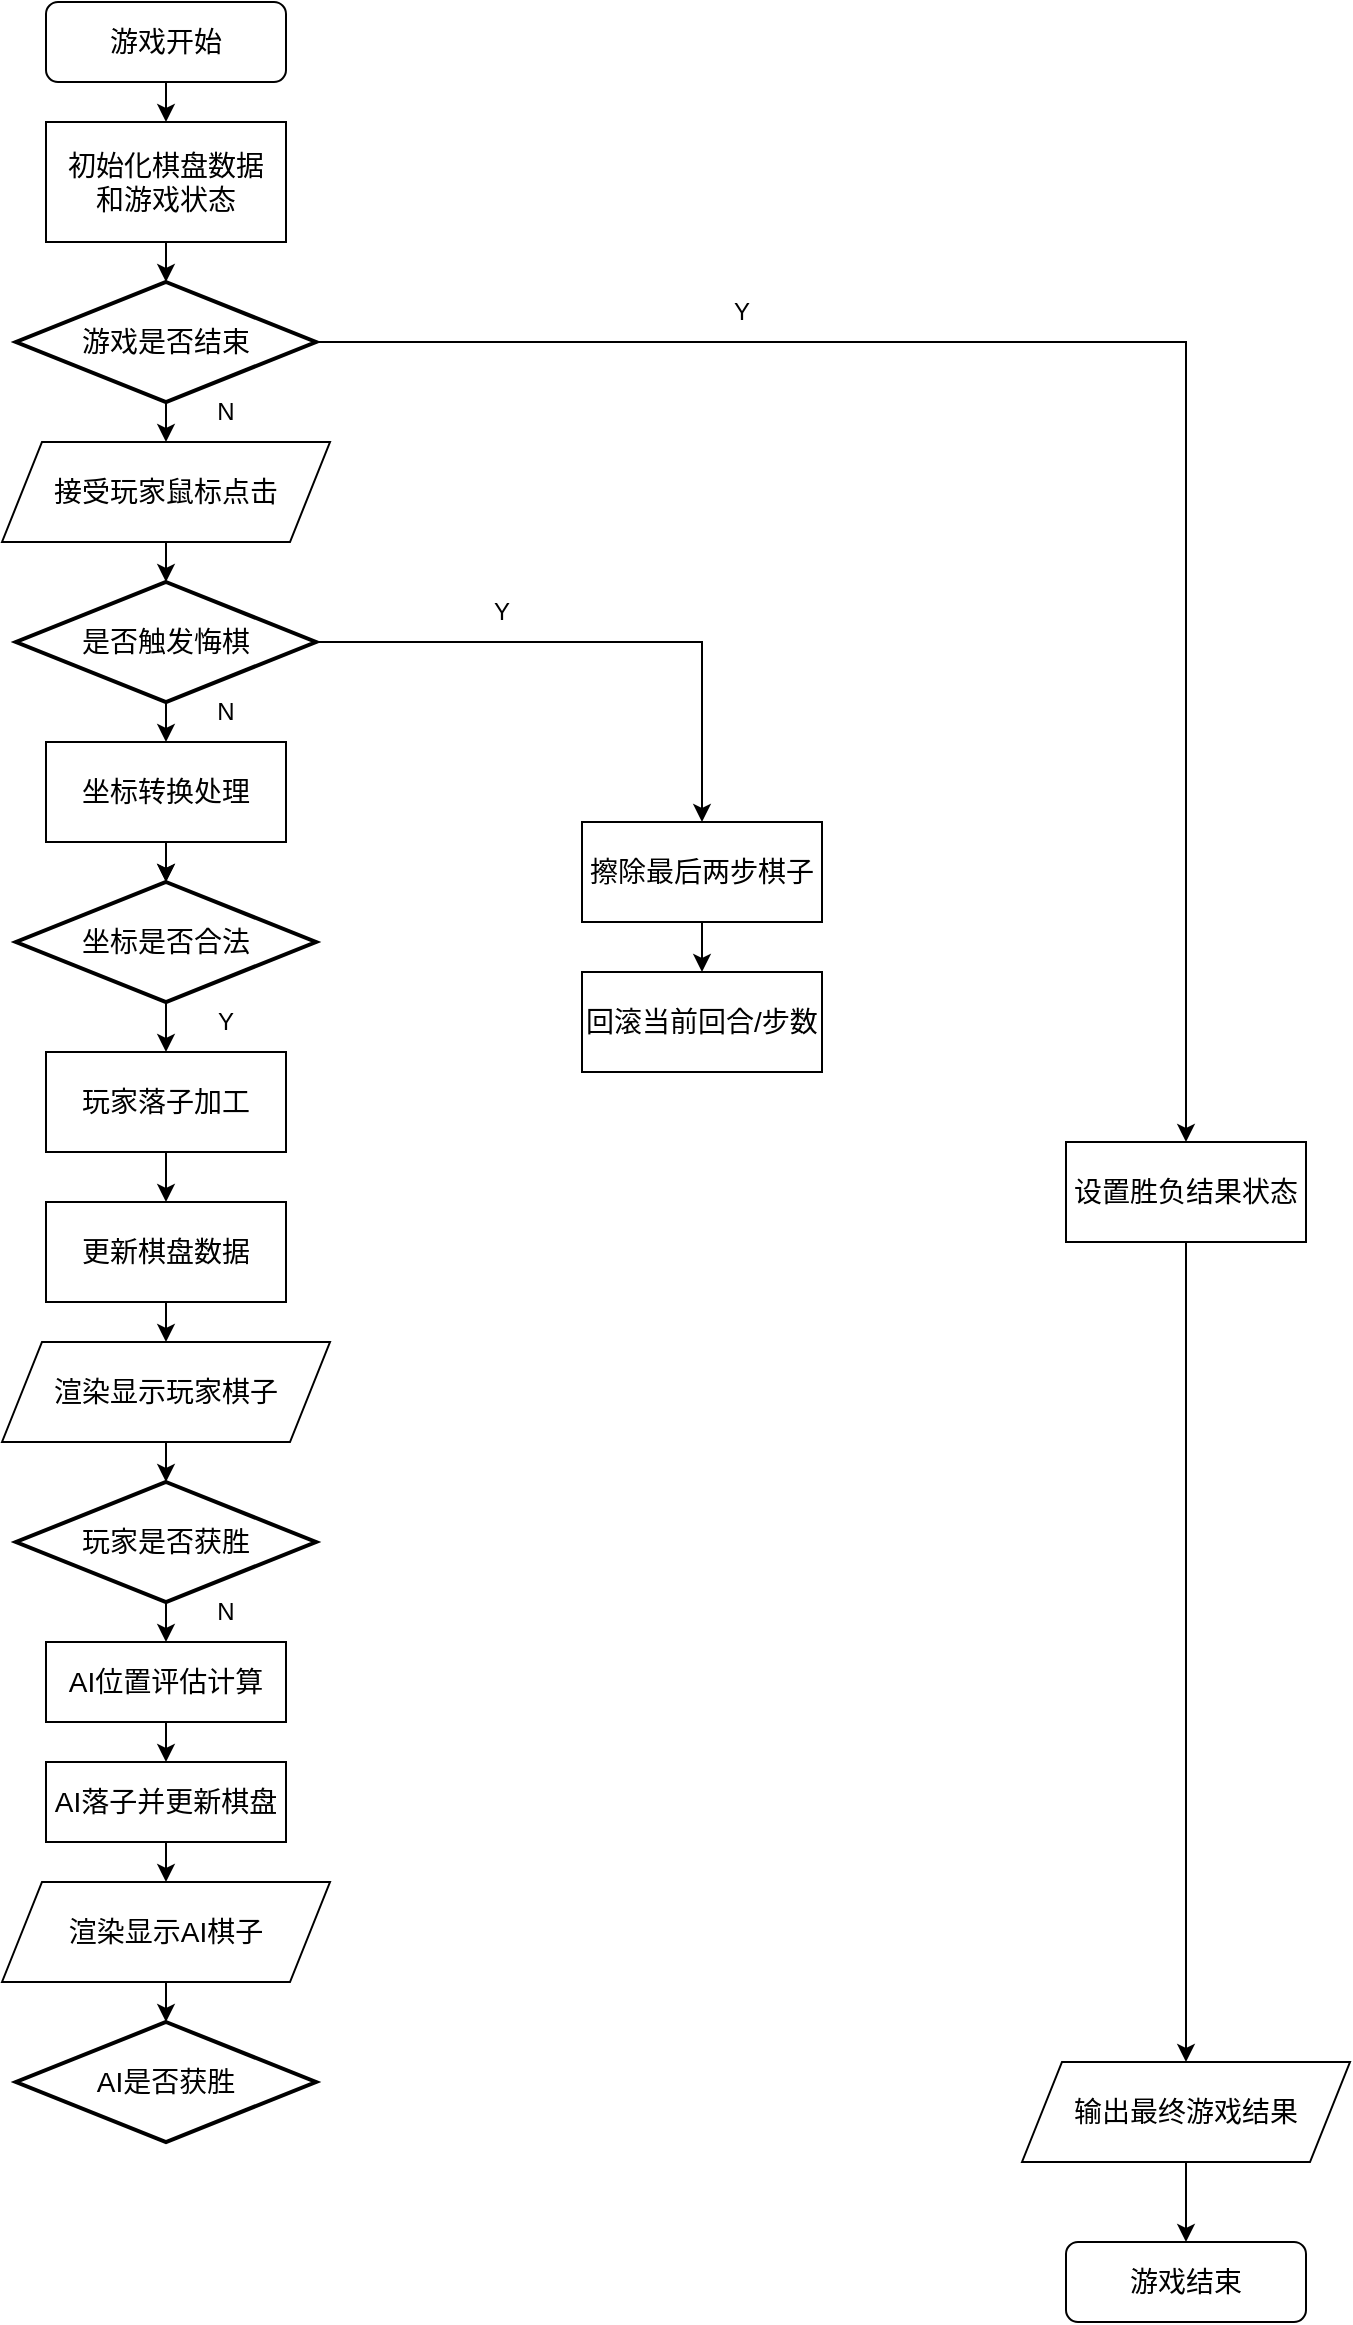
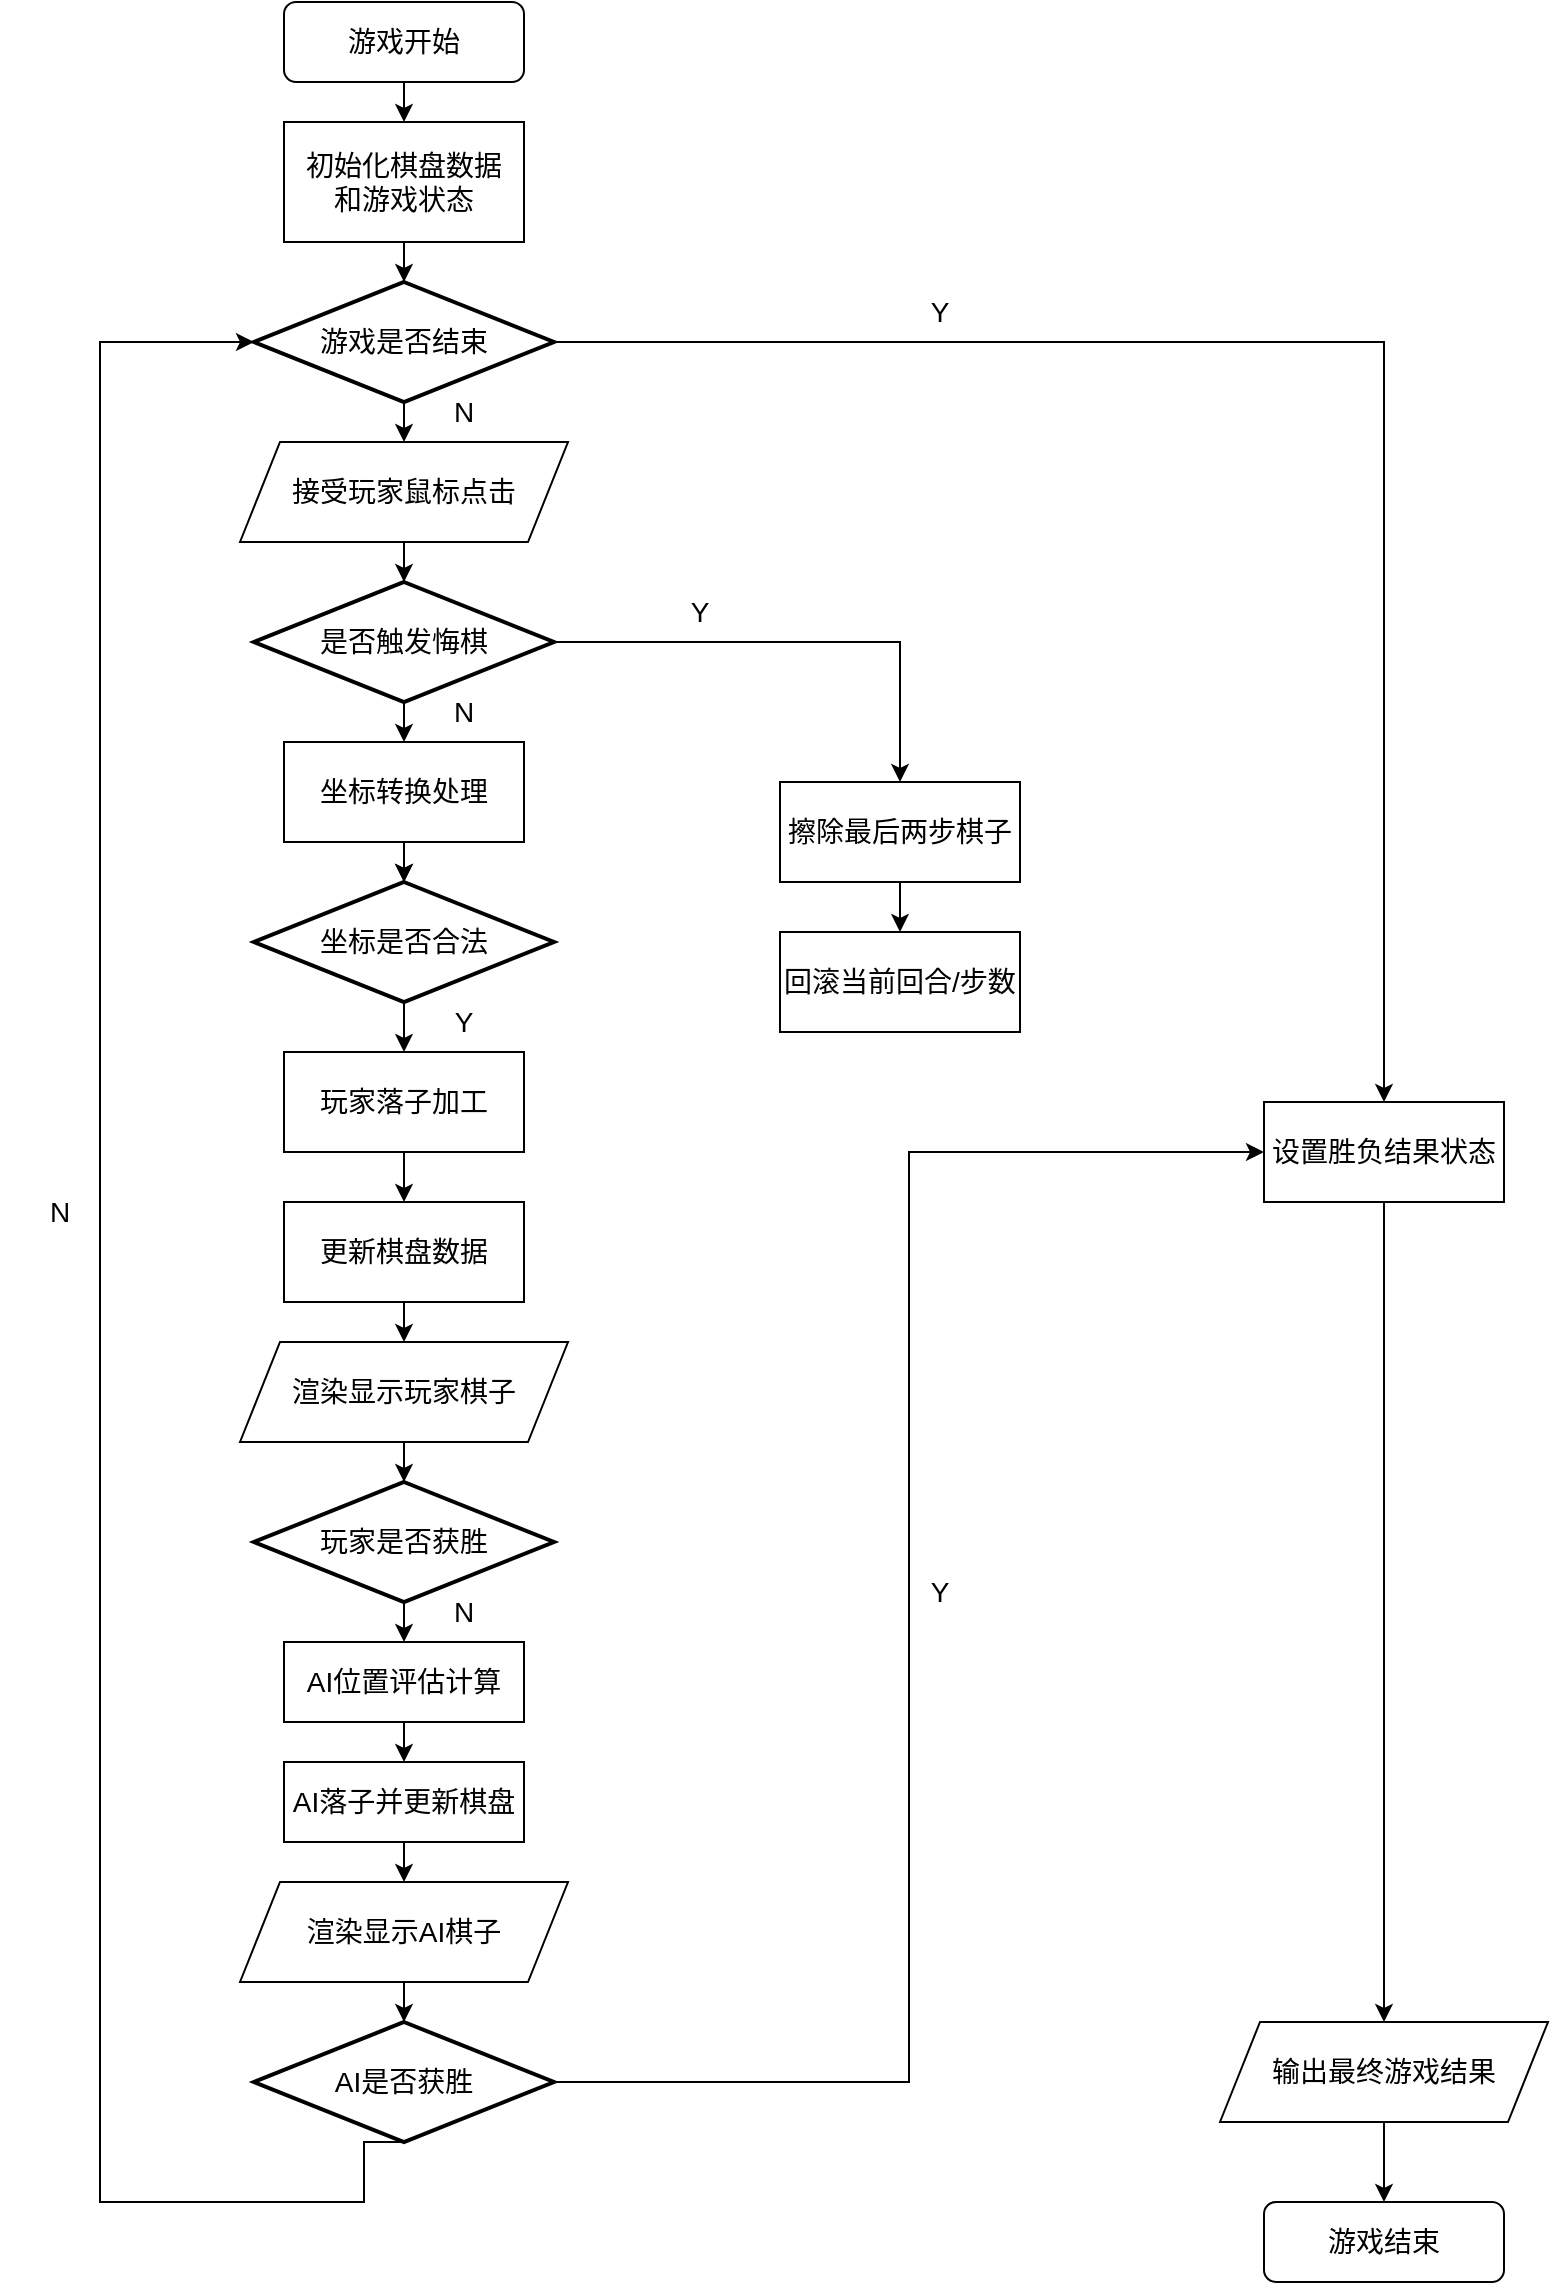
<mxfile host="app.diagrams.net">
  <diagram name="Page-1" id="Ut53iUmTTLsHKbGdxMO9">
    <mxGraphModel dx="2054" dy="1198" grid="1" gridSize="10" guides="1" tooltips="1" connect="1" arrows="1" fold="1" page="1" pageScale="1" pageWidth="827" pageHeight="1169" math="0" shadow="0">
      <root>
        <mxCell id="0" />
        <mxCell id="1" parent="0" />
        <mxCell id="LBzLqDpE-ghOYlSVNWWL-11" edge="1" parent="1" source="LBzLqDpE-ghOYlSVNWWL-4" style="edgeStyle=orthogonalEdgeStyle;rounded=0;orthogonalLoop=1;jettySize=auto;html=1;exitX=0.5;exitY=1;exitDx=0;exitDy=0;exitPerimeter=0;entryX=0.5;entryY=0;entryDx=0;entryDy=0;" target="LBzLqDpE-ghOYlSVNWWL-9">
          <mxGeometry relative="1" as="geometry" />
        </mxCell>
        <mxCell id="LBzLqDpE-ghOYlSVNWWL-51" edge="1" parent="1" source="LBzLqDpE-ghOYlSVNWWL-4" style="edgeStyle=orthogonalEdgeStyle;rounded=0;orthogonalLoop=1;jettySize=auto;html=1;exitX=1;exitY=0.5;exitDx=0;exitDy=0;exitPerimeter=0;entryX=0.5;entryY=0;entryDx=0;entryDy=0;" target="LBzLqDpE-ghOYlSVNWWL-45">
          <mxGeometry relative="1" as="geometry" />
        </mxCell>
        <mxCell id="LBzLqDpE-ghOYlSVNWWL-4" parent="1" style="strokeWidth=2;html=1;shape=mxgraph.flowchart.decision;whiteSpace=wrap;" value="&lt;font style=&quot;font-size: 14px;&quot;&gt;游戏是否结束&lt;/font&gt;" vertex="1">
-           <mxGeometry height="60" width="150" x="127" y="140" as="geometry" />
+           <mxGeometry height="60" width="150" x="147" y="160" as="geometry" />
        </mxCell>
        <mxCell id="LBzLqDpE-ghOYlSVNWWL-5" edge="1" parent="1" source="LBzLqDpE-ghOYlSVNWWL-6" style="edgeStyle=orthogonalEdgeStyle;rounded=0;orthogonalLoop=1;jettySize=auto;html=1;exitX=0.5;exitY=1;exitDx=0;exitDy=0;entryX=0.5;entryY=0;entryDx=0;entryDy=0;entryPerimeter=0;" target="LBzLqDpE-ghOYlSVNWWL-4">
          <mxGeometry relative="1" as="geometry">
-             <mxPoint x="322" y="190" as="sourcePoint" />
+             <mxPoint x="342" y="210" as="sourcePoint" />
          </mxGeometry>
        </mxCell>
        <mxCell id="LBzLqDpE-ghOYlSVNWWL-6" parent="1" style="rounded=0;whiteSpace=wrap;html=1;" value="&lt;font style=&quot;font-size: 14px;&quot;&gt;初始化棋盘数据&lt;/font&gt;&lt;div&gt;&lt;span style=&quot;font-size: 14px; background-color: transparent; color: light-dark(rgb(0, 0, 0), rgb(255, 255, 255));&quot;&gt;和游戏状态&lt;/span&gt;&lt;/div&gt;" vertex="1">
-           <mxGeometry height="60" width="120" x="142" y="60" as="geometry" />
+           <mxGeometry height="60" width="120" x="162" y="80" as="geometry" />
        </mxCell>
        <mxCell id="LBzLqDpE-ghOYlSVNWWL-8" edge="1" parent="1" source="LBzLqDpE-ghOYlSVNWWL-7" style="edgeStyle=orthogonalEdgeStyle;rounded=0;orthogonalLoop=1;jettySize=auto;html=1;exitX=0.5;exitY=1;exitDx=0;exitDy=0;entryX=0.5;entryY=0;entryDx=0;entryDy=0;" target="LBzLqDpE-ghOYlSVNWWL-6">
          <mxGeometry relative="1" as="geometry" />
        </mxCell>
        <mxCell id="LBzLqDpE-ghOYlSVNWWL-7" parent="1" style="rounded=1;whiteSpace=wrap;html=1;" value="&lt;font style=&quot;font-size: 14px;&quot;&gt;游戏开始&lt;/font&gt;" vertex="1">
-           <mxGeometry height="40" width="120" x="142" as="geometry" />
+           <mxGeometry height="40" width="120" x="162" y="20" as="geometry" />
        </mxCell>
        <mxCell id="LBzLqDpE-ghOYlSVNWWL-9" parent="1" style="shape=parallelogram;perimeter=parallelogramPerimeter;whiteSpace=wrap;html=1;fixedSize=1;" value="&lt;font style=&quot;font-size: 14px;&quot;&gt;接受玩家鼠标点击&lt;/font&gt;" vertex="1">
-           <mxGeometry height="50" width="164" x="120" y="220" as="geometry" />
+           <mxGeometry height="50" width="164" x="140" y="240" as="geometry" />
        </mxCell>
-         <mxCell id="LBzLqDpE-ghOYlSVNWWL-12" parent="1" style="text;html=1;whiteSpace=wrap;strokeColor=none;fillColor=none;align=center;verticalAlign=middle;rounded=0;" value="N" vertex="1">
-           <mxGeometry height="30" width="60" x="202" y="190" as="geometry" />
+         <mxCell id="LBzLqDpE-ghOYlSVNWWL-12" parent="1" style="text;html=1;whiteSpace=wrap;strokeColor=none;fillColor=none;align=center;verticalAlign=middle;rounded=0;" value="&lt;font style=&quot;font-size: 14px;&quot;&gt;N&lt;/font&gt;" vertex="1">
+           <mxGeometry height="30" width="60" x="222" y="210" as="geometry" />
        </mxCell>
        <mxCell id="LBzLqDpE-ghOYlSVNWWL-16" edge="1" parent="1" source="LBzLqDpE-ghOYlSVNWWL-13" style="edgeStyle=orthogonalEdgeStyle;rounded=0;orthogonalLoop=1;jettySize=auto;html=1;exitX=0.5;exitY=1;exitDx=0;exitDy=0;exitPerimeter=0;entryX=0.5;entryY=0;entryDx=0;entryDy=0;" target="LBzLqDpE-ghOYlSVNWWL-15">
          <mxGeometry relative="1" as="geometry" />
        </mxCell>
        <mxCell id="LBzLqDpE-ghOYlSVNWWL-47" edge="1" parent="1" source="LBzLqDpE-ghOYlSVNWWL-13" style="edgeStyle=orthogonalEdgeStyle;rounded=0;orthogonalLoop=1;jettySize=auto;html=1;exitX=1;exitY=0.5;exitDx=0;exitDy=0;exitPerimeter=0;entryX=0.5;entryY=0;entryDx=0;entryDy=0;" target="LBzLqDpE-ghOYlSVNWWL-46">
          <mxGeometry relative="1" as="geometry" />
        </mxCell>
        <mxCell id="LBzLqDpE-ghOYlSVNWWL-13" parent="1" style="strokeWidth=2;html=1;shape=mxgraph.flowchart.decision;whiteSpace=wrap;" value="&lt;font style=&quot;font-size: 14px;&quot;&gt;是否触发悔棋&lt;/font&gt;" vertex="1">
-           <mxGeometry height="60" width="150" x="127" y="290" as="geometry" />
+           <mxGeometry height="60" width="150" x="147" y="310" as="geometry" />
        </mxCell>
        <mxCell id="LBzLqDpE-ghOYlSVNWWL-14" edge="1" parent="1" source="LBzLqDpE-ghOYlSVNWWL-9" style="edgeStyle=orthogonalEdgeStyle;rounded=0;orthogonalLoop=1;jettySize=auto;html=1;exitX=0.5;exitY=1;exitDx=0;exitDy=0;entryX=0.5;entryY=0;entryDx=0;entryDy=0;entryPerimeter=0;" target="LBzLqDpE-ghOYlSVNWWL-13">
          <mxGeometry relative="1" as="geometry" />
        </mxCell>
        <mxCell id="LBzLqDpE-ghOYlSVNWWL-28" edge="1" parent="1" source="LBzLqDpE-ghOYlSVNWWL-15" style="edgeStyle=orthogonalEdgeStyle;rounded=0;orthogonalLoop=1;jettySize=auto;html=1;entryX=0.5;entryY=0;entryDx=0;entryDy=0;entryPerimeter=0;" target="LBzLqDpE-ghOYlSVNWWL-18" value="">
          <mxGeometry relative="1" as="geometry" />
        </mxCell>
        <mxCell id="LBzLqDpE-ghOYlSVNWWL-15" parent="1" style="rounded=0;whiteSpace=wrap;html=1;" value="&lt;font style=&quot;font-size: 14px;&quot;&gt;坐标转换处理&lt;/font&gt;" vertex="1">
-           <mxGeometry height="50" width="120" x="142" y="370" as="geometry" />
+           <mxGeometry height="50" width="120" x="162" y="390" as="geometry" />
        </mxCell>
-         <mxCell id="LBzLqDpE-ghOYlSVNWWL-17" parent="1" style="text;html=1;whiteSpace=wrap;strokeColor=none;fillColor=none;align=center;verticalAlign=middle;rounded=0;" value="N" vertex="1">
-           <mxGeometry height="30" width="60" x="202" y="340" as="geometry" />
+         <mxCell id="LBzLqDpE-ghOYlSVNWWL-17" parent="1" style="text;html=1;whiteSpace=wrap;strokeColor=none;fillColor=none;align=center;verticalAlign=middle;rounded=0;" value="&lt;font style=&quot;font-size: 14px;&quot;&gt;N&lt;/font&gt;" vertex="1">
+           <mxGeometry height="30" width="60" x="222" y="360" as="geometry" />
        </mxCell>
        <mxCell id="LBzLqDpE-ghOYlSVNWWL-22" edge="1" parent="1" source="LBzLqDpE-ghOYlSVNWWL-18" style="edgeStyle=orthogonalEdgeStyle;rounded=0;orthogonalLoop=1;jettySize=auto;html=1;exitX=0.5;exitY=1;exitDx=0;exitDy=0;exitPerimeter=0;entryX=0.5;entryY=0;entryDx=0;entryDy=0;" target="LBzLqDpE-ghOYlSVNWWL-21">
          <mxGeometry relative="1" as="geometry" />
        </mxCell>
        <mxCell id="LBzLqDpE-ghOYlSVNWWL-18" parent="1" style="strokeWidth=2;html=1;shape=mxgraph.flowchart.decision;whiteSpace=wrap;" value="&lt;font style=&quot;font-size: 14px;&quot;&gt;坐标是否合法&lt;/font&gt;" vertex="1">
-           <mxGeometry height="60" width="150" x="127" y="440" as="geometry" />
+           <mxGeometry height="60" width="150" x="147" y="460" as="geometry" />
        </mxCell>
        <mxCell id="LBzLqDpE-ghOYlSVNWWL-20" edge="1" parent="1" source="LBzLqDpE-ghOYlSVNWWL-15" style="edgeStyle=orthogonalEdgeStyle;rounded=0;orthogonalLoop=1;jettySize=auto;html=1;exitX=0.5;exitY=1;exitDx=0;exitDy=0;entryX=0.5;entryY=0;entryDx=0;entryDy=0;entryPerimeter=0;" target="LBzLqDpE-ghOYlSVNWWL-18">
          <mxGeometry relative="1" as="geometry" />
        </mxCell>
        <mxCell id="LBzLqDpE-ghOYlSVNWWL-25" edge="1" parent="1" source="LBzLqDpE-ghOYlSVNWWL-21" style="edgeStyle=orthogonalEdgeStyle;rounded=0;orthogonalLoop=1;jettySize=auto;html=1;exitX=0.5;exitY=1;exitDx=0;exitDy=0;entryX=0.5;entryY=0;entryDx=0;entryDy=0;" target="LBzLqDpE-ghOYlSVNWWL-24">
          <mxGeometry relative="1" as="geometry" />
        </mxCell>
        <mxCell id="LBzLqDpE-ghOYlSVNWWL-21" parent="1" style="rounded=0;whiteSpace=wrap;html=1;" value="&lt;font style=&quot;font-size: 14px;&quot;&gt;玩家落子加工&lt;/font&gt;" vertex="1">
-           <mxGeometry height="50" width="120" x="142" y="525" as="geometry" />
+           <mxGeometry height="50" width="120" x="162" y="545" as="geometry" />
        </mxCell>
-         <mxCell id="LBzLqDpE-ghOYlSVNWWL-23" parent="1" style="text;html=1;whiteSpace=wrap;strokeColor=none;fillColor=none;align=center;verticalAlign=middle;rounded=0;" value="Y" vertex="1">
-           <mxGeometry height="30" width="60" x="202" y="495" as="geometry" />
+         <mxCell id="LBzLqDpE-ghOYlSVNWWL-23" parent="1" style="text;html=1;whiteSpace=wrap;strokeColor=none;fillColor=none;align=center;verticalAlign=middle;rounded=0;" value="&lt;font style=&quot;font-size: 14px;&quot;&gt;Y&lt;/font&gt;" vertex="1">
+           <mxGeometry height="30" width="60" x="222" y="515" as="geometry" />
        </mxCell>
        <mxCell id="LBzLqDpE-ghOYlSVNWWL-27" edge="1" parent="1" source="LBzLqDpE-ghOYlSVNWWL-24" style="edgeStyle=orthogonalEdgeStyle;rounded=0;orthogonalLoop=1;jettySize=auto;html=1;exitX=0.5;exitY=1;exitDx=0;exitDy=0;entryX=0.5;entryY=0;entryDx=0;entryDy=0;" target="LBzLqDpE-ghOYlSVNWWL-26">
          <mxGeometry relative="1" as="geometry" />
        </mxCell>
        <mxCell id="LBzLqDpE-ghOYlSVNWWL-24" parent="1" style="rounded=0;whiteSpace=wrap;html=1;" value="&lt;font style=&quot;font-size: 14px;&quot;&gt;更新棋盘数据&lt;/font&gt;" vertex="1">
-           <mxGeometry height="50" width="120" x="142" y="600" as="geometry" />
+           <mxGeometry height="50" width="120" x="162" y="620" as="geometry" />
        </mxCell>
        <mxCell id="LBzLqDpE-ghOYlSVNWWL-26" parent="1" style="shape=parallelogram;perimeter=parallelogramPerimeter;whiteSpace=wrap;html=1;fixedSize=1;" value="&lt;font style=&quot;font-size: 14px;&quot;&gt;渲染显示玩家棋子&lt;/font&gt;" vertex="1">
-           <mxGeometry height="50" width="164" x="120" y="670" as="geometry" />
+           <mxGeometry height="50" width="164" x="140" y="690" as="geometry" />
        </mxCell>
        <mxCell id="LBzLqDpE-ghOYlSVNWWL-33" edge="1" parent="1" source="LBzLqDpE-ghOYlSVNWWL-30" style="edgeStyle=orthogonalEdgeStyle;rounded=0;orthogonalLoop=1;jettySize=auto;html=1;exitX=0.5;exitY=1;exitDx=0;exitDy=0;exitPerimeter=0;entryX=0.5;entryY=0;entryDx=0;entryDy=0;" target="LBzLqDpE-ghOYlSVNWWL-32">
          <mxGeometry relative="1" as="geometry" />
        </mxCell>
        <mxCell id="LBzLqDpE-ghOYlSVNWWL-30" parent="1" style="strokeWidth=2;html=1;shape=mxgraph.flowchart.decision;whiteSpace=wrap;" value="&lt;font style=&quot;font-size: 14px;&quot;&gt;玩家是否获胜&lt;/font&gt;" vertex="1">
-           <mxGeometry height="60" width="150" x="127" y="740" as="geometry" />
+           <mxGeometry height="60" width="150" x="147" y="760" as="geometry" />
        </mxCell>
        <mxCell id="LBzLqDpE-ghOYlSVNWWL-31" edge="1" parent="1" source="LBzLqDpE-ghOYlSVNWWL-26" style="edgeStyle=orthogonalEdgeStyle;rounded=0;orthogonalLoop=1;jettySize=auto;html=1;exitX=0.5;exitY=1;exitDx=0;exitDy=0;entryX=0.5;entryY=0;entryDx=0;entryDy=0;entryPerimeter=0;" target="LBzLqDpE-ghOYlSVNWWL-30">
          <mxGeometry relative="1" as="geometry" />
        </mxCell>
        <mxCell id="LBzLqDpE-ghOYlSVNWWL-37" edge="1" parent="1" source="LBzLqDpE-ghOYlSVNWWL-32" style="edgeStyle=orthogonalEdgeStyle;rounded=0;orthogonalLoop=1;jettySize=auto;html=1;exitX=0.5;exitY=1;exitDx=0;exitDy=0;entryX=0.5;entryY=0;entryDx=0;entryDy=0;" target="LBzLqDpE-ghOYlSVNWWL-35">
          <mxGeometry relative="1" as="geometry" />
        </mxCell>
        <mxCell id="LBzLqDpE-ghOYlSVNWWL-32" parent="1" style="rounded=0;whiteSpace=wrap;html=1;" value="&lt;font style=&quot;font-size: 14px;&quot;&gt;AI位置评估计算&lt;/font&gt;" vertex="1">
-           <mxGeometry height="40" width="120" x="142" y="820" as="geometry" />
+           <mxGeometry height="40" width="120" x="162" y="840" as="geometry" />
        </mxCell>
-         <mxCell id="LBzLqDpE-ghOYlSVNWWL-34" parent="1" style="text;html=1;whiteSpace=wrap;strokeColor=none;fillColor=none;align=center;verticalAlign=middle;rounded=0;" value="N" vertex="1">
-           <mxGeometry height="30" width="60" x="202" y="790" as="geometry" />
+         <mxCell id="LBzLqDpE-ghOYlSVNWWL-34" parent="1" style="text;html=1;whiteSpace=wrap;strokeColor=none;fillColor=none;align=center;verticalAlign=middle;rounded=0;" value="&lt;font style=&quot;font-size: 14px;&quot;&gt;N&lt;/font&gt;" vertex="1">
+           <mxGeometry height="30" width="60" x="222" y="810" as="geometry" />
        </mxCell>
        <mxCell id="LBzLqDpE-ghOYlSVNWWL-39" edge="1" parent="1" source="LBzLqDpE-ghOYlSVNWWL-35" style="edgeStyle=orthogonalEdgeStyle;rounded=0;orthogonalLoop=1;jettySize=auto;html=1;exitX=0.5;exitY=1;exitDx=0;exitDy=0;entryX=0.5;entryY=0;entryDx=0;entryDy=0;" target="LBzLqDpE-ghOYlSVNWWL-38">
          <mxGeometry relative="1" as="geometry" />
        </mxCell>
        <mxCell id="LBzLqDpE-ghOYlSVNWWL-35" parent="1" style="rounded=0;whiteSpace=wrap;html=1;" value="&lt;font style=&quot;font-size: 14px;&quot;&gt;AI落子并更新棋盘&lt;/font&gt;" vertex="1">
-           <mxGeometry height="40" width="120" x="142" y="880" as="geometry" />
+           <mxGeometry height="40" width="120" x="162" y="900" as="geometry" />
        </mxCell>
        <mxCell id="LBzLqDpE-ghOYlSVNWWL-38" parent="1" style="shape=parallelogram;perimeter=parallelogramPerimeter;whiteSpace=wrap;html=1;fixedSize=1;" value="&lt;font style=&quot;font-size: 14px;&quot;&gt;渲染显示AI棋子&lt;/font&gt;" vertex="1">
-           <mxGeometry height="50" width="164" x="120" y="940" as="geometry" />
+           <mxGeometry height="50" width="164" x="140" y="960" as="geometry" />
+         </mxCell>
+         <mxCell id="LBzLqDpE-ghOYlSVNWWL-59" edge="1" parent="1" source="LBzLqDpE-ghOYlSVNWWL-40" style="edgeStyle=orthogonalEdgeStyle;rounded=0;orthogonalLoop=1;jettySize=auto;html=1;exitX=1;exitY=0.5;exitDx=0;exitDy=0;exitPerimeter=0;entryX=0;entryY=0.5;entryDx=0;entryDy=0;" target="LBzLqDpE-ghOYlSVNWWL-45">
+           <mxGeometry relative="1" as="geometry" />
        </mxCell>
        <mxCell id="LBzLqDpE-ghOYlSVNWWL-40" parent="1" style="strokeWidth=2;html=1;shape=mxgraph.flowchart.decision;whiteSpace=wrap;" value="&lt;font style=&quot;font-size: 14px;&quot;&gt;AI是否获胜&lt;/font&gt;" vertex="1">
-           <mxGeometry height="60" width="150" x="127" y="1010" as="geometry" />
+           <mxGeometry height="60" width="150" x="147" y="1030" as="geometry" />
        </mxCell>
        <mxCell id="LBzLqDpE-ghOYlSVNWWL-41" edge="1" parent="1" source="LBzLqDpE-ghOYlSVNWWL-38" style="edgeStyle=orthogonalEdgeStyle;rounded=0;orthogonalLoop=1;jettySize=auto;html=1;exitX=0.5;exitY=1;exitDx=0;exitDy=0;entryX=0.5;entryY=0;entryDx=0;entryDy=0;entryPerimeter=0;" target="LBzLqDpE-ghOYlSVNWWL-40">
          <mxGeometry relative="1" as="geometry" />
        </mxCell>
        <mxCell id="LBzLqDpE-ghOYlSVNWWL-55" edge="1" parent="1" source="LBzLqDpE-ghOYlSVNWWL-42" style="edgeStyle=orthogonalEdgeStyle;rounded=0;orthogonalLoop=1;jettySize=auto;html=1;exitX=0.5;exitY=1;exitDx=0;exitDy=0;entryX=0.5;entryY=0;entryDx=0;entryDy=0;" target="LBzLqDpE-ghOYlSVNWWL-43">
          <mxGeometry relative="1" as="geometry" />
        </mxCell>
        <mxCell id="LBzLqDpE-ghOYlSVNWWL-42" parent="1" style="shape=parallelogram;perimeter=parallelogramPerimeter;whiteSpace=wrap;html=1;fixedSize=1;" value="&lt;font style=&quot;font-size: 14px;&quot;&gt;输出最终游戏结果&lt;/font&gt;" vertex="1">
          <mxGeometry height="50" width="164" x="630" y="1030" as="geometry" />
        </mxCell>
        <mxCell id="LBzLqDpE-ghOYlSVNWWL-43" parent="1" style="rounded=1;whiteSpace=wrap;html=1;" value="&lt;font style=&quot;font-size: 14px;&quot;&gt;游戏结束&lt;/font&gt;" vertex="1">
          <mxGeometry height="40" width="120" x="652" y="1120" as="geometry" />
        </mxCell>
        <mxCell id="LBzLqDpE-ghOYlSVNWWL-54" edge="1" parent="1" source="LBzLqDpE-ghOYlSVNWWL-45" style="edgeStyle=orthogonalEdgeStyle;rounded=0;orthogonalLoop=1;jettySize=auto;html=1;exitX=0.5;exitY=1;exitDx=0;exitDy=0;entryX=0.5;entryY=0;entryDx=0;entryDy=0;" target="LBzLqDpE-ghOYlSVNWWL-42">
          <mxGeometry relative="1" as="geometry" />
        </mxCell>
        <mxCell id="LBzLqDpE-ghOYlSVNWWL-45" parent="1" style="rounded=0;whiteSpace=wrap;html=1;" value="&lt;font style=&quot;font-size: 14px;&quot;&gt;设置胜负结果状态&lt;/font&gt;" vertex="1">
          <mxGeometry height="50" width="120" x="652" y="570" as="geometry" />
        </mxCell>
        <mxCell id="LBzLqDpE-ghOYlSVNWWL-53" edge="1" parent="1" source="LBzLqDpE-ghOYlSVNWWL-46" style="edgeStyle=orthogonalEdgeStyle;rounded=0;orthogonalLoop=1;jettySize=auto;html=1;exitX=0.5;exitY=1;exitDx=0;exitDy=0;entryX=0.5;entryY=0;entryDx=0;entryDy=0;" target="LBzLqDpE-ghOYlSVNWWL-50">
          <mxGeometry relative="1" as="geometry" />
        </mxCell>
        <mxCell id="LBzLqDpE-ghOYlSVNWWL-46" parent="1" style="rounded=0;whiteSpace=wrap;html=1;" value="&lt;font style=&quot;font-size: 14px;&quot;&gt;擦除最后两步棋子&lt;/font&gt;" vertex="1">
          <mxGeometry height="50" width="120" x="410" y="410" as="geometry" />
        </mxCell>
-         <mxCell id="LBzLqDpE-ghOYlSVNWWL-48" parent="1" style="text;html=1;whiteSpace=wrap;strokeColor=none;fillColor=none;align=center;verticalAlign=middle;rounded=0;" value="Y" vertex="1">
-           <mxGeometry height="30" width="60" x="340" y="290" as="geometry" />
+         <mxCell id="LBzLqDpE-ghOYlSVNWWL-48" parent="1" style="text;html=1;whiteSpace=wrap;strokeColor=none;fillColor=none;align=center;verticalAlign=middle;rounded=0;" value="&lt;font style=&quot;font-size: 14px;&quot;&gt;Y&lt;/font&gt;" vertex="1">
+           <mxGeometry height="30" width="60" x="340" y="310" as="geometry" />
        </mxCell>
        <mxCell id="LBzLqDpE-ghOYlSVNWWL-50" parent="1" style="rounded=0;whiteSpace=wrap;html=1;" value="&lt;font style=&quot;font-size: 14px;&quot;&gt;回滚当前回合/步数&lt;/font&gt;" vertex="1">
          <mxGeometry height="50" width="120" x="410" y="485" as="geometry" />
        </mxCell>
-         <mxCell id="LBzLqDpE-ghOYlSVNWWL-52" parent="1" style="text;html=1;whiteSpace=wrap;strokeColor=none;fillColor=none;align=center;verticalAlign=middle;rounded=0;" value="Y" vertex="1">
-           <mxGeometry height="30" width="60" x="460" y="140" as="geometry" />
+         <mxCell id="LBzLqDpE-ghOYlSVNWWL-52" parent="1" style="text;html=1;whiteSpace=wrap;strokeColor=none;fillColor=none;align=center;verticalAlign=middle;rounded=0;" value="&lt;font style=&quot;font-size: 14px;&quot;&gt;Y&lt;/font&gt;" vertex="1">
+           <mxGeometry height="30" width="60" x="460" y="160" as="geometry" />
+         </mxCell>
+         <mxCell id="LBzLqDpE-ghOYlSVNWWL-57" edge="1" parent="1" source="LBzLqDpE-ghOYlSVNWWL-40" style="edgeStyle=orthogonalEdgeStyle;rounded=0;orthogonalLoop=1;jettySize=auto;html=1;exitX=0.5;exitY=1;exitDx=0;exitDy=0;exitPerimeter=0;entryX=0;entryY=0.5;entryDx=0;entryDy=0;entryPerimeter=0;" target="LBzLqDpE-ghOYlSVNWWL-4">
+           <mxGeometry relative="1" as="geometry">
+             <Array as="points">
+               <mxPoint x="202" y="1090" />
+               <mxPoint x="202" y="1120" />
+               <mxPoint x="70" y="1120" />
+               <mxPoint x="70" y="190" />
+             </Array>
+           </mxGeometry>
+         </mxCell>
+         <mxCell id="LBzLqDpE-ghOYlSVNWWL-58" parent="1" style="text;html=1;whiteSpace=wrap;strokeColor=none;fillColor=none;align=center;verticalAlign=middle;rounded=0;" value="&lt;font style=&quot;font-size: 14px;&quot;&gt;N&lt;/font&gt;" vertex="1">
+           <mxGeometry height="30" width="60" x="20" y="610" as="geometry" />
+         </mxCell>
+         <mxCell id="LBzLqDpE-ghOYlSVNWWL-60" parent="1" style="text;html=1;whiteSpace=wrap;strokeColor=none;fillColor=none;align=center;verticalAlign=middle;rounded=0;" value="&lt;font style=&quot;font-size: 14px;&quot;&gt;Y&lt;/font&gt;" vertex="1">
+           <mxGeometry height="30" width="60" x="460" y="800" as="geometry" />
        </mxCell>
      </root>
    </mxGraphModel>
  </diagram>
</mxfile>
